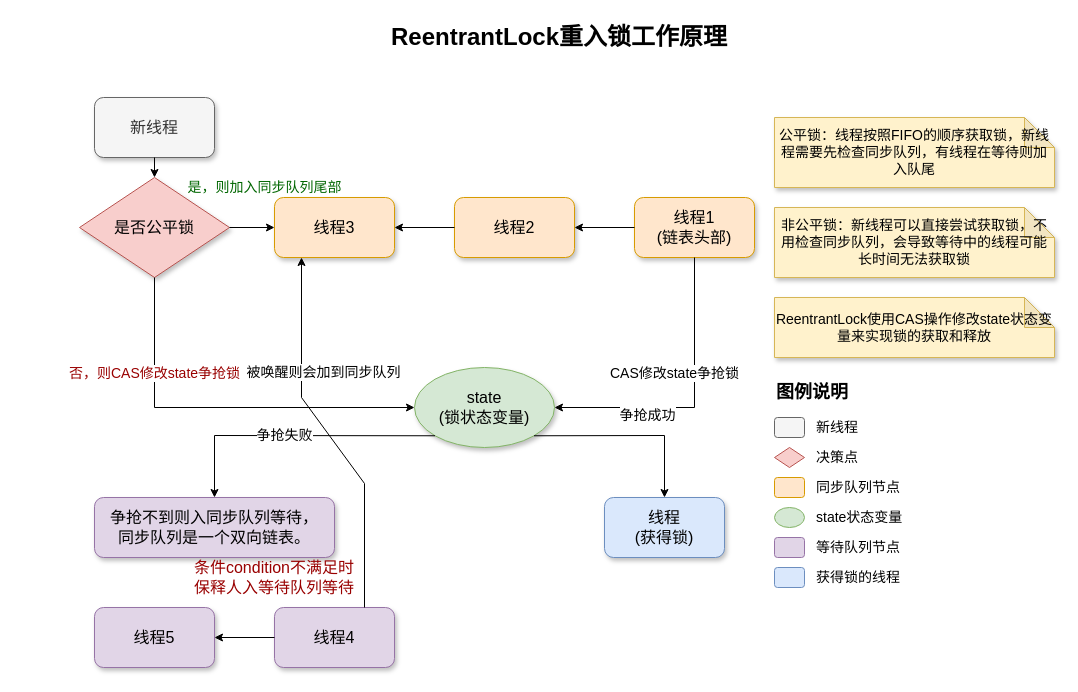
Earlier version of the draw.io diagram java/Reentrantlock.drawio (lanendiencgr2002/drawio_photos). Source tidied: cells renumbered, new cells numbered last; positions are measured from the earlier drawing's top-left corner, leaving out a move shared by most shapes. Both pictures are drawn from the tidied source at 100%, with x=0, y=0 at pixel (79, 17).
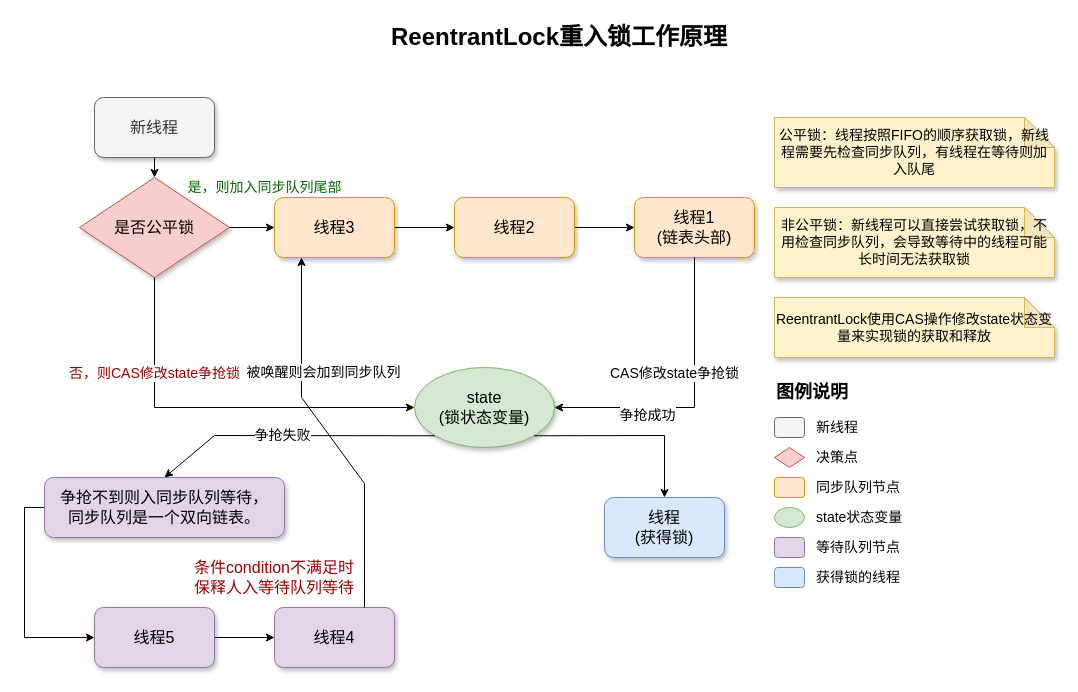
The same page after the edit.

The change refers to these unchanged cells:
```xml
<mxCell id="6" value="线程1&lt;br&gt;(链表头部)" style="rounded=1;whiteSpace=wrap;html=1;fontSize=16;fillColor=#ffe6cc;strokeColor=#d79b00;shadow=1;" parent="1" vertex="1">
  <mxGeometry x="555" y="180" width="120" height="60" as="geometry" />
</mxCell>
<mxCell id="7" value="线程2" style="rounded=1;whiteSpace=wrap;html=1;fontSize=16;fillColor=#ffe6cc;strokeColor=#d79b00;shadow=1;" parent="1" vertex="1">
  <mxGeometry x="375" y="180" width="120" height="60" as="geometry" />
</mxCell>
<mxCell id="8" value="线程3" style="rounded=1;whiteSpace=wrap;html=1;fontSize=16;fillColor=#ffe6cc;strokeColor=#d79b00;shadow=1;" parent="1" vertex="1">
  <mxGeometry x="195" y="180" width="120" height="60" as="geometry" />
</mxCell>
<mxCell id="17" value="线程4" style="rounded=1;whiteSpace=wrap;html=1;fontSize=16;fillColor=#e1d5e7;strokeColor=#9673a6;shadow=1;" parent="1" vertex="1">
  <mxGeometry x="195" y="590" width="120" height="60" as="geometry" />
</mxCell>
<mxCell id="18" value="线程5" style="rounded=1;whiteSpace=wrap;html=1;fontSize=16;fillColor=#e1d5e7;strokeColor=#9673a6;shadow=1;" parent="1" vertex="1">
  <mxGeometry x="15" y="590" width="120" height="60" as="geometry" />
</mxCell>
```

Change to the diagram source:
```diff
@@
+    <mxCell id="40" style="edgeStyle=orthogonalEdgeStyle;rounded=0;jettySize=auto;html=1;fontSize=18;" parent="1" edge="1" source="7" target="6">
+      <mxGeometry relative="1" as="geometry" />
+    </mxCell>
@@
+    <mxCell id="41" style="edgeStyle=orthogonalEdgeStyle;rounded=0;jettySize=auto;html=1;fontSize=18;" parent="1" edge="1" source="8" target="7">
+      <mxGeometry relative="1" as="geometry" />
+    </mxCell>
@@
-    <mxCell id="9" style="endArrow=classic;html=1;rounded=0;fontSize=12;entryX=1;entryY=0.5;entryDx=0;entryDy=0;exitX=0;exitY=0.5;exitDx=0;exitDy=0;" parent="1" edge="1" source="6" target="7">
-      <mxGeometry relative="1" as="geometry" />
-    </mxCell>
-    <mxCell id="10" style="endArrow=classic;html=1;rounded=0;fontSize=12;entryX=1;entryY=0.5;entryDx=0;entryDy=0;exitX=0;exitY=0.5;exitDx=0;exitDy=0;" parent="1" edge="1" source="7" target="8">
-      <mxGeometry relative="1" as="geometry" />
-    </mxCell>
@@
+    <mxCell id="42" style="edgeStyle=orthogonalEdgeStyle;rounded=0;jettySize=auto;html=1;entryX=0;entryY=0.5;entryDx=0;entryDy=0;fontSize=18;" parent="1" edge="1" source="15" target="18">
+      <mxGeometry relative="1" as="geometry">
+        <Array as="points">
+          <mxPoint x="-55" y="490" />
+          <mxPoint x="-55" y="620" />
+        </Array>
+      </mxGeometry>
+    </mxCell>
     <mxCell id="15" value="争抢不到则入同步队列等待，&lt;br&gt;同步队列是一个双向链表。" style="rounded=1;whiteSpace=wrap;html=1;fontSize=16;fillColor=#e1d5e7;strokeColor=#9673a6;shadow=1;" parent="1" vertex="1">
-      <mxGeometry x="15" y="480" width="240" height="60" as="geometry" />
+      <mxGeometry x="-35" y="460" width="240" height="60" as="geometry" />
     </mxCell>
@@
+    <mxCell id="43" style="edgeStyle=orthogonalEdgeStyle;rounded=0;jettySize=auto;html=1;fontSize=18;" parent="1" edge="1" source="18" target="17">
+      <mxGeometry relative="1" as="geometry" />
+    </mxCell>
@@
-    <mxCell id="19" style="endArrow=classic;html=1;rounded=0;fontSize=12;entryX=1;entryY=0.5;entryDx=0;entryDy=0;exitX=0;exitY=0.5;exitDx=0;exitDy=0;" parent="1" edge="1" source="17" target="18">
-      <mxGeometry relative="1" as="geometry" />
-    </mxCell>
```
